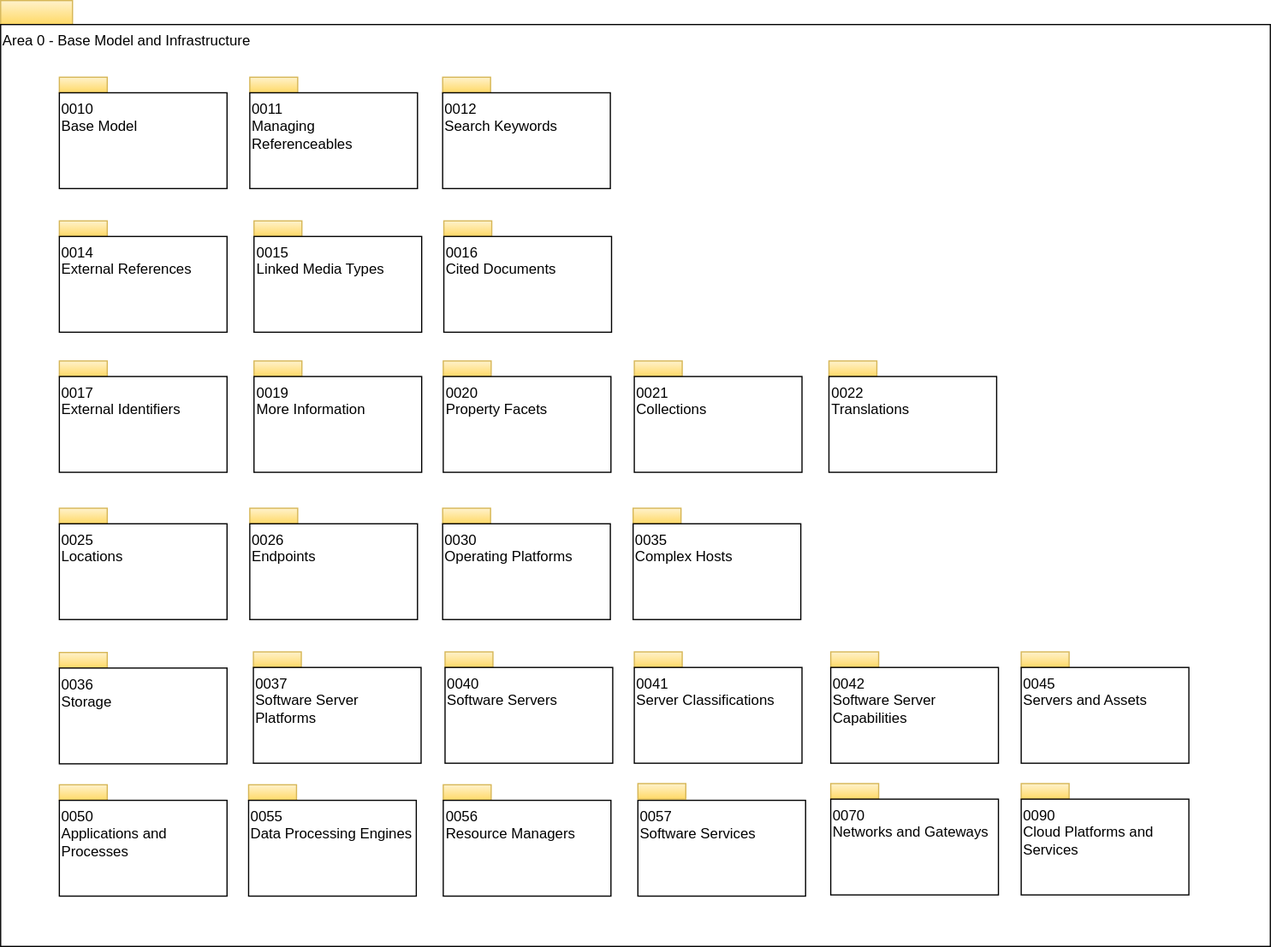
The draw.io diagram site/docs/types/0/area-0-basic-types-and-infrastructure-overview.svg in odpi/egeria-docs, before a commit. Source tidied: cells renumbered, new cells last; positions are measured from the earlier drawing's top-left corner, leaving out a move shared by most shapes.
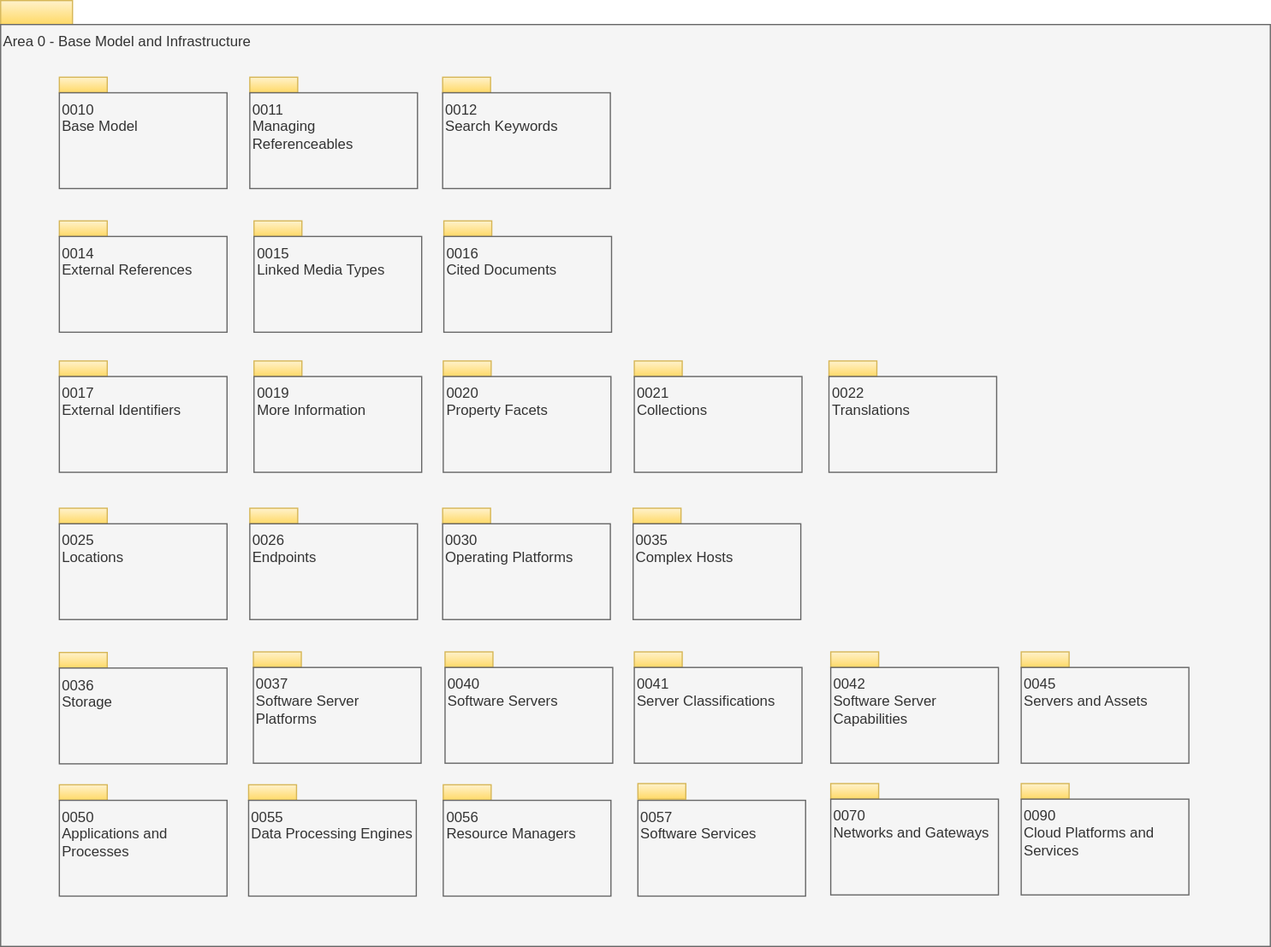
The same file after the commit.

Change to the diagram source:
```diff
@@ -1,164 +1,164 @@
-<mxGraphModel>
+<mxGraphModel background="#ffffff">
   <root>
     <mxCell id="0" />
     <mxCell id="1" parent="0" />
     <mxCell id="2" style="rounded=0;whiteSpace=wrap;html=1;align=left;fillColor=#fff2cc;strokeColor=#d6b656;gradientColor=#ffd966;" parent="1" vertex="1">
       <mxGeometry width="60" height="20" as="geometry" />
     </mxCell>
-    <mxCell id="3" value="Area 0 - Base Model and Infrastructure" style="rounded=0;whiteSpace=wrap;html=1;align=left;verticalAlign=top;" parent="1" vertex="1">
+    <mxCell id="3" value="Area 0 - Base Model and Infrastructure" style="rounded=0;whiteSpace=wrap;html=1;align=left;verticalAlign=top;fillColor=#f5f5f5;fontColor=#333333;strokeColor=#666666;" parent="1" vertex="1">
       <mxGeometry y="20" width="1060" height="770" as="geometry" />
     </mxCell>
     <mxCell id="4" style="rounded=0;whiteSpace=wrap;html=1;align=left;fillColor=#fff2cc;strokeColor=#d6b656;gradientColor=#ffd966;" parent="1" vertex="1">
       <mxGeometry x="369" y="64" width="40" height="13" as="geometry" />
     </mxCell>
-    <mxCell id="5" value="0012&lt;br&gt;Search Keywords" style="rounded=0;whiteSpace=wrap;html=1;align=left;verticalAlign=top;" parent="1" vertex="1">
+    <mxCell id="5" value="0012&lt;br&gt;Search Keywords" style="rounded=0;whiteSpace=wrap;html=1;align=left;verticalAlign=top;fillColor=#f5f5f5;fontColor=#333333;strokeColor=#666666;" parent="1" vertex="1">
       <mxGeometry x="369" y="77" width="140" height="80" as="geometry" />
     </mxCell>
     <mxCell id="6" style="rounded=0;whiteSpace=wrap;html=1;align=left;fillColor=#fff2cc;strokeColor=#d6b656;gradientColor=#ffd966;" parent="1" vertex="1">
       <mxGeometry x="211.5" y="184" width="40" height="13" as="geometry" />
     </mxCell>
-    <mxCell id="7" value="0015&lt;br&gt;Linked Media Types" style="rounded=0;whiteSpace=wrap;html=1;align=left;verticalAlign=top;" parent="1" vertex="1">
+    <mxCell id="7" value="0015&lt;br&gt;Linked Media Types" style="rounded=0;whiteSpace=wrap;html=1;align=left;verticalAlign=top;fillColor=#f5f5f5;fontColor=#333333;strokeColor=#666666;" parent="1" vertex="1">
       <mxGeometry x="211.5" y="197" width="140" height="80" as="geometry" />
     </mxCell>
     <mxCell id="8" style="rounded=0;whiteSpace=wrap;html=1;align=left;fillColor=#fff2cc;strokeColor=#d6b656;gradientColor=#ffd966;" parent="1" vertex="1">
       <mxGeometry x="49" y="301" width="40" height="13" as="geometry" />
     </mxCell>
-    <mxCell id="9" value="0017&lt;br&gt;External Identifiers&lt;br&gt;" style="rounded=0;whiteSpace=wrap;html=1;align=left;verticalAlign=top;" parent="1" vertex="1">
+    <mxCell id="9" value="0017&lt;br&gt;External Identifiers&lt;br&gt;" style="rounded=0;whiteSpace=wrap;html=1;align=left;verticalAlign=top;fillColor=#f5f5f5;fontColor=#333333;strokeColor=#666666;" parent="1" vertex="1">
       <mxGeometry x="49" y="314" width="140" height="80" as="geometry" />
     </mxCell>
     <mxCell id="10" style="rounded=0;whiteSpace=wrap;html=1;align=left;fillColor=#fff2cc;strokeColor=#d6b656;gradientColor=#ffd966;" parent="1" vertex="1">
       <mxGeometry x="369.5" y="301" width="40" height="13" as="geometry" />
     </mxCell>
-    <mxCell id="11" value="0020&lt;br&gt;Property Facets&lt;br&gt;" style="rounded=0;whiteSpace=wrap;html=1;align=left;verticalAlign=top;" parent="1" vertex="1">
+    <mxCell id="11" value="0020&lt;br&gt;Property Facets&lt;br&gt;" style="rounded=0;whiteSpace=wrap;html=1;align=left;verticalAlign=top;fillColor=#f5f5f5;fontColor=#333333;strokeColor=#666666;" parent="1" vertex="1">
       <mxGeometry x="369.5" y="314" width="140" height="80" as="geometry" />
     </mxCell>
     <mxCell id="12" style="rounded=0;whiteSpace=wrap;html=1;align=left;fillColor=#fff2cc;strokeColor=#d6b656;gradientColor=#ffd966;" parent="1" vertex="1">
       <mxGeometry x="529" y="301" width="40" height="13" as="geometry" />
     </mxCell>
-    <mxCell id="13" value="0021&lt;br&gt;Collections" style="rounded=0;whiteSpace=wrap;html=1;align=left;verticalAlign=top;" parent="1" vertex="1">
+    <mxCell id="13" value="0021&lt;br&gt;Collections" style="rounded=0;whiteSpace=wrap;html=1;align=left;verticalAlign=top;fillColor=#f5f5f5;fontColor=#333333;strokeColor=#666666;" parent="1" vertex="1">
       <mxGeometry x="529" y="314" width="140" height="80" as="geometry" />
     </mxCell>
     <mxCell id="14" style="rounded=0;whiteSpace=wrap;html=1;align=left;fillColor=#fff2cc;strokeColor=#d6b656;gradientColor=#ffd966;" parent="1" vertex="1">
       <mxGeometry x="369" y="424" width="40" height="13" as="geometry" />
     </mxCell>
-    <mxCell id="15" value="0030&lt;br&gt;Operating Platforms" style="rounded=0;whiteSpace=wrap;html=1;align=left;verticalAlign=top;" parent="1" vertex="1">
+    <mxCell id="15" value="0030&lt;br&gt;Operating Platforms" style="rounded=0;whiteSpace=wrap;html=1;align=left;verticalAlign=top;fillColor=#f5f5f5;fontColor=#333333;strokeColor=#666666;" parent="1" vertex="1">
       <mxGeometry x="369" y="437" width="140" height="80" as="geometry" />
     </mxCell>
     <mxCell id="16" style="rounded=0;whiteSpace=wrap;html=1;align=left;fillColor=#fff2cc;strokeColor=#d6b656;gradientColor=#ffd966;" parent="1" vertex="1">
       <mxGeometry x="528" y="424" width="40" height="13" as="geometry" />
     </mxCell>
-    <mxCell id="17" value="0035&lt;br&gt;Complex Hosts&lt;br&gt;" style="rounded=0;whiteSpace=wrap;html=1;align=left;verticalAlign=top;" parent="1" vertex="1">
+    <mxCell id="17" value="0035&lt;br&gt;Complex Hosts&lt;br&gt;" style="rounded=0;whiteSpace=wrap;html=1;align=left;verticalAlign=top;fillColor=#f5f5f5;fontColor=#333333;strokeColor=#666666;" parent="1" vertex="1">
       <mxGeometry x="528" y="437" width="140" height="80" as="geometry" />
     </mxCell>
     <mxCell id="18" style="rounded=0;whiteSpace=wrap;html=1;align=left;fillColor=#fff2cc;strokeColor=#d6b656;gradientColor=#ffd966;" parent="1" vertex="1">
       <mxGeometry x="371" y="544" width="40" height="13" as="geometry" />
     </mxCell>
-    <mxCell id="19" value="0040&lt;br&gt;Software Servers&lt;br&gt;" style="rounded=0;whiteSpace=wrap;html=1;align=left;verticalAlign=top;" parent="1" vertex="1">
+    <mxCell id="19" value="0040&lt;br&gt;Software Servers&lt;br&gt;" style="rounded=0;whiteSpace=wrap;html=1;align=left;verticalAlign=top;fillColor=#f5f5f5;fontColor=#333333;strokeColor=#666666;" parent="1" vertex="1">
       <mxGeometry x="371" y="557" width="140" height="80" as="geometry" />
     </mxCell>
     <mxCell id="20" style="rounded=0;whiteSpace=wrap;html=1;align=left;fillColor=#fff2cc;strokeColor=#d6b656;gradientColor=#ffd966;" parent="1" vertex="1">
       <mxGeometry x="529" y="544" width="40" height="13" as="geometry" />
     </mxCell>
-    <mxCell id="21" value="0041&lt;br&gt;Server Classifications" style="rounded=0;whiteSpace=wrap;html=1;align=left;verticalAlign=top;" parent="1" vertex="1">
+    <mxCell id="21" value="0041&lt;br&gt;Server Classifications" style="rounded=0;whiteSpace=wrap;html=1;align=left;verticalAlign=top;fillColor=#f5f5f5;fontColor=#333333;strokeColor=#666666;" parent="1" vertex="1">
       <mxGeometry x="529" y="557" width="140" height="80" as="geometry" />
     </mxCell>
     <mxCell id="22" style="rounded=0;whiteSpace=wrap;html=1;align=left;fillColor=#fff2cc;strokeColor=#d6b656;gradientColor=#ffd966;" parent="1" vertex="1">
       <mxGeometry x="49" y="184" width="40" height="13" as="geometry" />
     </mxCell>
-    <mxCell id="23" value="0014&lt;br&gt;External References" style="rounded=0;whiteSpace=wrap;html=1;align=left;verticalAlign=top;" parent="1" vertex="1">
+    <mxCell id="23" value="0014&lt;br&gt;External References" style="rounded=0;whiteSpace=wrap;html=1;align=left;verticalAlign=top;fillColor=#f5f5f5;fontColor=#333333;strokeColor=#666666;" parent="1" vertex="1">
       <mxGeometry x="49" y="197" width="140" height="80" as="geometry" />
     </mxCell>
     <mxCell id="24" style="rounded=0;whiteSpace=wrap;html=1;align=left;fillColor=#fff2cc;strokeColor=#d6b656;gradientColor=#ffd966;" parent="1" vertex="1">
       <mxGeometry x="49" y="544.5" width="40" height="13" as="geometry" />
     </mxCell>
-    <mxCell id="25" value="0036&lt;br&gt;Storage" style="rounded=0;whiteSpace=wrap;html=1;align=left;verticalAlign=top;" parent="1" vertex="1">
+    <mxCell id="25" value="0036&lt;br&gt;Storage" style="rounded=0;whiteSpace=wrap;html=1;align=left;verticalAlign=top;fillColor=#f5f5f5;fontColor=#333333;strokeColor=#666666;" parent="1" vertex="1">
       <mxGeometry x="49" y="557.5" width="140" height="80" as="geometry" />
     </mxCell>
     <mxCell id="26" style="rounded=0;whiteSpace=wrap;html=1;align=left;fillColor=#fff2cc;strokeColor=#d6b656;gradientColor=#ffd966;" parent="1" vertex="1">
       <mxGeometry x="693" y="544" width="40" height="13" as="geometry" />
     </mxCell>
-    <mxCell id="27" value="0042&lt;br&gt;Software Server Capabilities" style="rounded=0;whiteSpace=wrap;html=1;align=left;verticalAlign=top;" parent="1" vertex="1">
+    <mxCell id="27" value="0042&lt;br&gt;Software Server Capabilities" style="rounded=0;whiteSpace=wrap;html=1;align=left;verticalAlign=top;fillColor=#f5f5f5;fontColor=#333333;strokeColor=#666666;" parent="1" vertex="1">
       <mxGeometry x="693" y="557" width="140" height="80" as="geometry" />
     </mxCell>
     <mxCell id="28" style="rounded=0;whiteSpace=wrap;html=1;align=left;fillColor=#fff2cc;strokeColor=#d6b656;gradientColor=#ffd966;" parent="1" vertex="1">
       <mxGeometry x="211.5" y="301" width="40" height="13" as="geometry" />
     </mxCell>
-    <mxCell id="29" value="0019&lt;br&gt;More Information" style="rounded=0;whiteSpace=wrap;html=1;align=left;verticalAlign=top;" parent="1" vertex="1">
+    <mxCell id="29" value="0019&lt;br&gt;More Information" style="rounded=0;whiteSpace=wrap;html=1;align=left;verticalAlign=top;fillColor=#f5f5f5;fontColor=#333333;strokeColor=#666666;" parent="1" vertex="1">
       <mxGeometry x="211.5" y="314" width="140" height="80" as="geometry" />
     </mxCell>
     <mxCell id="30" style="rounded=0;whiteSpace=wrap;html=1;align=left;fillColor=#fff2cc;strokeColor=#d6b656;gradientColor=#ffd966;" parent="1" vertex="1">
       <mxGeometry x="49" y="64" width="40" height="13" as="geometry" />
     </mxCell>
-    <mxCell id="31" value="0010&lt;br&gt;Base Model" style="rounded=0;whiteSpace=wrap;html=1;align=left;verticalAlign=top;" parent="1" vertex="1">
+    <mxCell id="31" value="0010&lt;br&gt;Base Model" style="rounded=0;whiteSpace=wrap;html=1;align=left;verticalAlign=top;fillColor=#f5f5f5;fontColor=#333333;strokeColor=#666666;" parent="1" vertex="1">
       <mxGeometry x="49" y="77" width="140" height="80" as="geometry" />
     </mxCell>
     <mxCell id="32" style="rounded=0;whiteSpace=wrap;html=1;align=left;fillColor=#fff2cc;strokeColor=#d6b656;gradientColor=#ffd966;" parent="1" vertex="1">
       <mxGeometry x="208" y="64" width="40" height="13" as="geometry" />
     </mxCell>
-    <mxCell id="33" value="0011&lt;br&gt;Managing Referenceables" style="rounded=0;whiteSpace=wrap;html=1;align=left;verticalAlign=top;" parent="1" vertex="1">
+    <mxCell id="33" value="0011&lt;br&gt;Managing Referenceables" style="rounded=0;whiteSpace=wrap;html=1;align=left;verticalAlign=top;fillColor=#f5f5f5;fontColor=#333333;strokeColor=#666666;" parent="1" vertex="1">
       <mxGeometry x="208" y="77" width="140" height="80" as="geometry" />
     </mxCell>
     <mxCell id="34" style="rounded=0;whiteSpace=wrap;html=1;align=left;fillColor=#fff2cc;strokeColor=#d6b656;gradientColor=#ffd966;" parent="1" vertex="1">
       <mxGeometry x="49" y="424" width="40" height="13" as="geometry" />
     </mxCell>
-    <mxCell id="35" value="0025&lt;br&gt;Locations&lt;br&gt;" style="rounded=0;whiteSpace=wrap;html=1;align=left;verticalAlign=top;" parent="1" vertex="1">
+    <mxCell id="35" value="0025&lt;br&gt;Locations&lt;br&gt;" style="rounded=0;whiteSpace=wrap;html=1;align=left;verticalAlign=top;fillColor=#f5f5f5;fontColor=#333333;strokeColor=#666666;" parent="1" vertex="1">
       <mxGeometry x="49" y="437" width="140" height="80" as="geometry" />
     </mxCell>
     <mxCell id="36" style="rounded=0;whiteSpace=wrap;html=1;align=left;fillColor=#fff2cc;strokeColor=#d6b656;gradientColor=#ffd966;" parent="1" vertex="1">
       <mxGeometry x="208" y="424" width="40" height="13" as="geometry" />
     </mxCell>
-    <mxCell id="37" value="0026&lt;br&gt;Endpoints" style="rounded=0;whiteSpace=wrap;html=1;align=left;verticalAlign=top;" parent="1" vertex="1">
+    <mxCell id="37" value="0026&lt;br&gt;Endpoints" style="rounded=0;whiteSpace=wrap;html=1;align=left;verticalAlign=top;fillColor=#f5f5f5;fontColor=#333333;strokeColor=#666666;" parent="1" vertex="1">
       <mxGeometry x="208" y="437" width="140" height="80" as="geometry" />
     </mxCell>
     <mxCell id="38" style="rounded=0;whiteSpace=wrap;html=1;align=left;fillColor=#fff2cc;strokeColor=#d6b656;gradientColor=#ffd966;" parent="1" vertex="1">
       <mxGeometry x="211" y="544" width="40" height="13" as="geometry" />
     </mxCell>
-    <mxCell id="39" value="0037&lt;br&gt;Software Server Platforms" style="rounded=0;whiteSpace=wrap;html=1;align=left;verticalAlign=top;" parent="1" vertex="1">
+    <mxCell id="39" value="0037&lt;br&gt;Software Server Platforms" style="rounded=0;whiteSpace=wrap;html=1;align=left;verticalAlign=top;fillColor=#f5f5f5;fontColor=#333333;strokeColor=#666666;" parent="1" vertex="1">
       <mxGeometry x="211" y="557" width="140" height="80" as="geometry" />
     </mxCell>
     <mxCell id="40" style="rounded=0;whiteSpace=wrap;html=1;align=left;fillColor=#fff2cc;strokeColor=#d6b656;gradientColor=#ffd966;" parent="1" vertex="1">
       <mxGeometry x="852" y="544" width="40" height="13" as="geometry" />
     </mxCell>
-    <mxCell id="41" value="0045&lt;br&gt;Servers and Assets&lt;br&gt;" style="rounded=0;whiteSpace=wrap;html=1;align=left;verticalAlign=top;" parent="1" vertex="1">
+    <mxCell id="41" value="0045&lt;br&gt;Servers and Assets&lt;br&gt;" style="rounded=0;whiteSpace=wrap;html=1;align=left;verticalAlign=top;fillColor=#f5f5f5;fontColor=#333333;strokeColor=#666666;" parent="1" vertex="1">
       <mxGeometry x="852" y="557" width="140" height="80" as="geometry" />
     </mxCell>
     <mxCell id="42" style="rounded=0;whiteSpace=wrap;html=1;align=left;fillColor=#fff2cc;strokeColor=#d6b656;gradientColor=#ffd966;" parent="1" vertex="1">
       <mxGeometry x="691.5" y="301" width="40" height="13" as="geometry" />
     </mxCell>
-    <mxCell id="43" value="0022&lt;br&gt;Translations" style="rounded=0;whiteSpace=wrap;html=1;align=left;verticalAlign=top;" parent="1" vertex="1">
+    <mxCell id="43" value="0022&lt;br&gt;Translations" style="rounded=0;whiteSpace=wrap;html=1;align=left;verticalAlign=top;fillColor=#f5f5f5;fontColor=#333333;strokeColor=#666666;" parent="1" vertex="1">
       <mxGeometry x="691.5" y="314" width="140" height="80" as="geometry" />
     </mxCell>
     <mxCell id="44" style="rounded=0;whiteSpace=wrap;html=1;align=left;fillColor=#fff2cc;strokeColor=#d6b656;gradientColor=#ffd966;" parent="1" vertex="1">
       <mxGeometry x="693" y="654" width="40" height="13" as="geometry" />
     </mxCell>
-    <mxCell id="45" value="0070&lt;br&gt;Networks and Gateways&lt;br&gt;" style="rounded=0;whiteSpace=wrap;html=1;align=left;verticalAlign=top;" parent="1" vertex="1">
+    <mxCell id="45" value="0070&lt;br&gt;Networks and Gateways&lt;br&gt;" style="rounded=0;whiteSpace=wrap;html=1;align=left;verticalAlign=top;fillColor=#f5f5f5;fontColor=#333333;strokeColor=#666666;" parent="1" vertex="1">
       <mxGeometry x="693" y="667" width="140" height="80" as="geometry" />
     </mxCell>
     <mxCell id="46" style="rounded=0;whiteSpace=wrap;html=1;align=left;fillColor=#fff2cc;strokeColor=#d6b656;gradientColor=#ffd966;" parent="1" vertex="1">
       <mxGeometry x="852" y="654" width="40" height="13" as="geometry" />
     </mxCell>
-    <mxCell id="47" value="0090&lt;br&gt;Cloud Platforms and Services&lt;br&gt;" style="rounded=0;whiteSpace=wrap;html=1;align=left;verticalAlign=top;" parent="1" vertex="1">
+    <mxCell id="47" value="0090&lt;br&gt;Cloud Platforms and Services&lt;br&gt;" style="rounded=0;whiteSpace=wrap;html=1;align=left;verticalAlign=top;fillColor=#f5f5f5;fontColor=#333333;strokeColor=#666666;" parent="1" vertex="1">
       <mxGeometry x="852" y="667" width="140" height="80" as="geometry" />
     </mxCell>
     <mxCell id="48" style="rounded=0;whiteSpace=wrap;html=1;align=left;fillColor=#fff2cc;strokeColor=#d6b656;gradientColor=#ffd966;" parent="1" vertex="1">
       <mxGeometry x="49" y="655" width="40" height="13" as="geometry" />
     </mxCell>
-    <mxCell id="49" value="0050&lt;br&gt;Applications and&lt;br&gt;Processes&lt;br&gt;" style="rounded=0;whiteSpace=wrap;html=1;align=left;verticalAlign=top;" parent="1" vertex="1">
+    <mxCell id="49" value="0050&lt;br&gt;Applications and&lt;br&gt;Processes&lt;br&gt;" style="rounded=0;whiteSpace=wrap;html=1;align=left;verticalAlign=top;fillColor=#f5f5f5;fontColor=#333333;strokeColor=#666666;" parent="1" vertex="1">
       <mxGeometry x="49" y="668" width="140" height="80" as="geometry" />
     </mxCell>
     <mxCell id="50" style="rounded=0;whiteSpace=wrap;html=1;align=left;fillColor=#fff2cc;strokeColor=#d6b656;gradientColor=#ffd966;" parent="1" vertex="1">
       <mxGeometry x="207" y="655" width="40" height="13" as="geometry" />
     </mxCell>
-    <mxCell id="51" value="0055&lt;br&gt;Data Processing Engines&lt;br&gt;" style="rounded=0;whiteSpace=wrap;html=1;align=left;verticalAlign=top;" parent="1" vertex="1">
+    <mxCell id="51" value="0055&lt;br&gt;Data Processing Engines&lt;br&gt;" style="rounded=0;whiteSpace=wrap;html=1;align=left;verticalAlign=top;fillColor=#f5f5f5;fontColor=#333333;strokeColor=#666666;" parent="1" vertex="1">
       <mxGeometry x="207" y="668" width="140" height="80" as="geometry" />
     </mxCell>
     <mxCell id="52" style="rounded=0;whiteSpace=wrap;html=1;align=left;fillColor=#fff2cc;strokeColor=#d6b656;gradientColor=#ffd966;" parent="1" vertex="1">
       <mxGeometry x="369.5" y="655" width="40" height="13" as="geometry" />
     </mxCell>
-    <mxCell id="53" value="0056&lt;br&gt;Resource Managers" style="rounded=0;whiteSpace=wrap;html=1;align=left;verticalAlign=top;" parent="1" vertex="1">
+    <mxCell id="53" value="0056&lt;br&gt;Resource Managers" style="rounded=0;whiteSpace=wrap;html=1;align=left;verticalAlign=top;fillColor=#f5f5f5;fontColor=#333333;strokeColor=#666666;" parent="1" vertex="1">
       <mxGeometry x="369.5" y="668" width="140" height="80" as="geometry" />
     </mxCell>
-    <mxCell id="54" value="0057&lt;br&gt;Software Services" style="rounded=0;whiteSpace=wrap;html=1;align=left;verticalAlign=top;" parent="1" vertex="1">
+    <mxCell id="54" value="0057&lt;br&gt;Software Services" style="rounded=0;whiteSpace=wrap;html=1;align=left;verticalAlign=top;fillColor=#f5f5f5;fontColor=#333333;strokeColor=#666666;" parent="1" vertex="1">
       <mxGeometry x="532" y="668" width="140" height="80" as="geometry" />
     </mxCell>
     <mxCell id="55" style="rounded=0;whiteSpace=wrap;html=1;align=left;fillColor=#fff2cc;strokeColor=#d6b656;gradientColor=#ffd966;" parent="1" vertex="1">
@@ -167,7 +167,7 @@
     <mxCell id="56" style="rounded=0;whiteSpace=wrap;html=1;align=left;fillColor=#fff2cc;strokeColor=#d6b656;gradientColor=#ffd966;" parent="1" vertex="1">
       <mxGeometry x="370" y="184" width="40" height="13" as="geometry" />
     </mxCell>
-    <mxCell id="57" value="0016&lt;br&gt;Cited Documents" style="rounded=0;whiteSpace=wrap;html=1;align=left;verticalAlign=top;" parent="1" vertex="1">
+    <mxCell id="57" value="0016&lt;br&gt;Cited Documents" style="rounded=0;whiteSpace=wrap;html=1;align=left;verticalAlign=top;fillColor=#f5f5f5;fontColor=#333333;strokeColor=#666666;" parent="1" vertex="1">
       <mxGeometry x="370" y="197" width="140" height="80" as="geometry" />
     </mxCell>
   </root>
```
